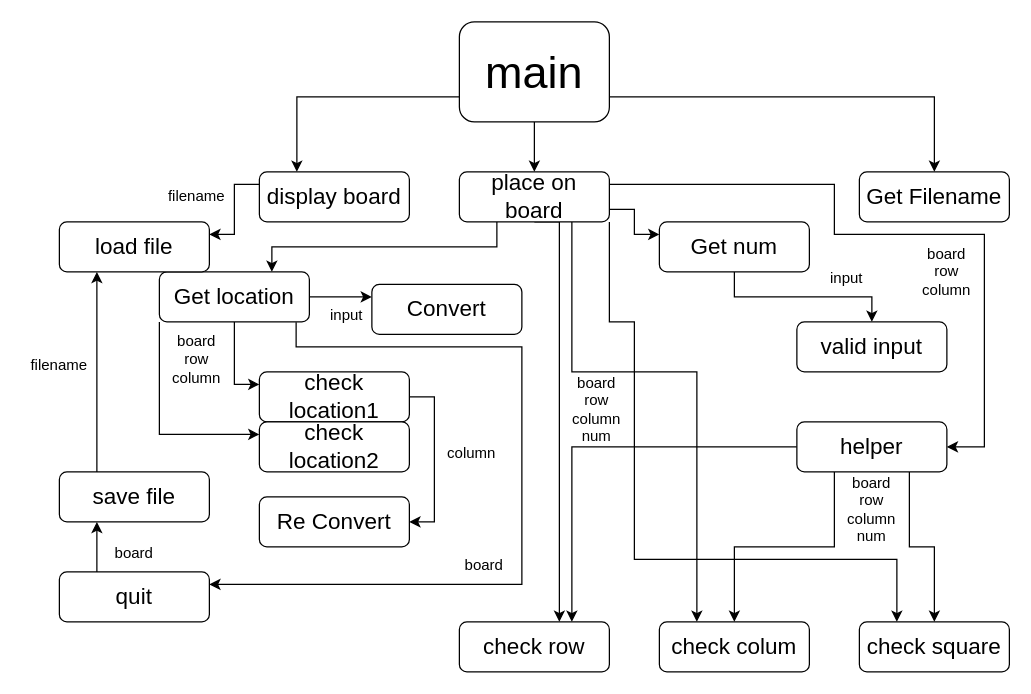
This is Labs/Lab04/lab04stc.drawio from ZorroSavage117/Moduarization-Design, a draw.io file, before an edit. Source tidied: cells renumbered, new cells numbered last; positions are measured from the earlier drawing's top-left corner, leaving out a move shared by most shapes. Both pictures are drawn from the tidied source at 125%, with x=0, y=0 at pixel (21, 21).
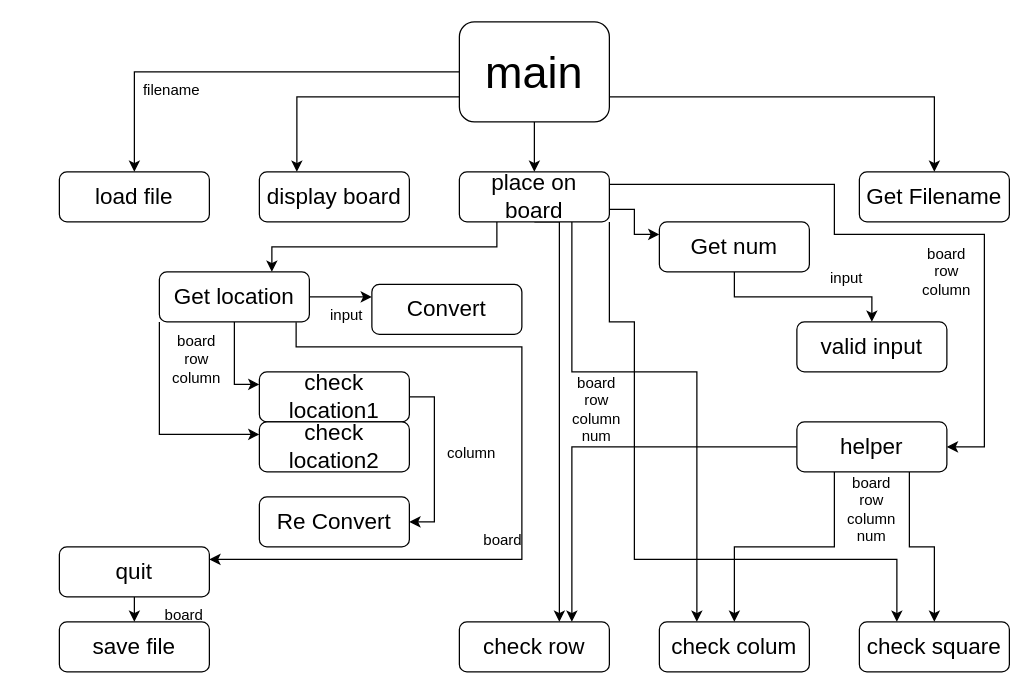
Above is the later version.

The change refers to these unchanged cells:
```xml
<mxCell id="5" value="&lt;font style=&quot;font-size: 36px;&quot;&gt;main&lt;/font&gt;" style="rounded=1;whiteSpace=wrap;html=1;" parent="1" vertex="1">
  <mxGeometry x="350" width="120" height="80" as="geometry" />
</mxCell>
<mxCell id="19" value="&lt;span style=&quot;font-size: 18px;&quot;&gt;display board&lt;/span&gt;" style="rounded=1;whiteSpace=wrap;html=1;" parent="1" vertex="1">
  <mxGeometry x="190" y="120" width="120" height="40" as="geometry" />
</mxCell>
```

Change to the diagram source:
```diff
@@
+    <mxCell id="52" style="edgeStyle=orthogonalEdgeStyle;rounded=0;jettySize=auto;html=1;exitX=0;exitY=0.5;exitDx=0;exitDy=0;" parent="1" edge="1" source="5" target="13">
+      <mxGeometry relative="1" as="geometry" />
+    </mxCell>
@@
     <mxCell id="13" value="&lt;font style=&quot;font-size: 18px;&quot;&gt;load file&lt;/font&gt;" style="rounded=1;whiteSpace=wrap;html=1;" parent="1" vertex="1">
-      <mxGeometry x="30" y="160" width="120" height="40" as="geometry" />
+      <mxGeometry x="30" y="120" width="120" height="40" as="geometry" />
     </mxCell>
-    <mxCell id="14" style="edgeStyle=orthogonalEdgeStyle;rounded=0;jettySize=auto;html=1;exitX=0.25;exitY=0;exitDx=0;exitDy=0;entryX=0.25;entryY=1;entryDx=0;entryDy=0;" parent="1" edge="1" source="15" target="13">
-      <mxGeometry relative="1" as="geometry" />
-    </mxCell>
     <mxCell id="15" value="&lt;span style=&quot;font-size: 18px;&quot;&gt;save file&lt;/span&gt;" style="rounded=1;whiteSpace=wrap;html=1;" parent="1" vertex="1">
-      <mxGeometry x="30" y="360" width="120" height="40" as="geometry" />
+      <mxGeometry x="30" y="480" width="120" height="40" as="geometry" />
     </mxCell>
-    <mxCell id="16" style="edgeStyle=orthogonalEdgeStyle;rounded=0;jettySize=auto;html=1;exitX=0.25;exitY=0;exitDx=0;exitDy=0;entryX=0.25;entryY=1;entryDx=0;entryDy=0;" parent="1" edge="1" source="17" target="15">
+    <mxCell id="16" style="edgeStyle=orthogonalEdgeStyle;rounded=0;jettySize=auto;html=1;exitX=0.5;exitY=1;exitDx=0;exitDy=0;entryX=0.5;entryY=0;entryDx=0;entryDy=0;" parent="1" edge="1" source="17" target="15">
       <mxGeometry relative="1" as="geometry" />
     </mxCell>
     <mxCell id="17" value="&lt;font style=&quot;font-size: 18px;&quot;&gt;quit&lt;/font&gt;" style="rounded=1;whiteSpace=wrap;html=1;" parent="1" vertex="1">
-      <mxGeometry x="30" y="440" width="120" height="40" as="geometry" />
+      <mxGeometry x="30" y="420" width="120" height="40" as="geometry" />
     </mxCell>
-    <mxCell id="18" style="edgeStyle=orthogonalEdgeStyle;rounded=0;jettySize=auto;html=1;exitX=0;exitY=0.25;exitDx=0;exitDy=0;entryX=1;entryY=0.25;entryDx=0;entryDy=0;" parent="1" edge="1" source="19" target="13">
-      <mxGeometry relative="1" as="geometry" />
-    </mxCell>
@@
     <mxCell id="29" style="edgeStyle=orthogonalEdgeStyle;rounded=0;jettySize=auto;html=1;exitX=0.828;exitY=1.008;exitDx=0;exitDy=0;entryX=1;entryY=0.25;entryDx=0;entryDy=0;exitPerimeter=0;" parent="1" edge="1" target="17">
       <mxGeometry relative="1" as="geometry">
         <mxPoint x="219.4" y="240.3" as="sourcePoint" />
         <Array as="points">
           <mxPoint x="219" y="260" />
           <mxPoint x="400" y="260" />
-          <mxPoint x="400" y="450" />
+          <mxPoint x="400" y="430" />
         </Array>
       </mxGeometry>
     </mxCell>
@@
     <mxCell id="39" value="filename" style="text;html=1;strokeColor=none;fillColor=none;align=center;verticalAlign=middle;whiteSpace=wrap;rounded=0;" parent="1" vertex="1">
-      <mxGeometry x="110" y="125" width="60" height="30" as="geometry" />
+      <mxGeometry x="90" y="40" width="60" height="30" as="geometry" />
     </mxCell>
-    <mxCell id="40" value="filename" style="text;html=1;strokeColor=none;fillColor=none;align=center;verticalAlign=middle;whiteSpace=wrap;rounded=0;" parent="1" vertex="1">
-      <mxGeometry y="260" width="60" height="30" as="geometry" />
-    </mxCell>
@@
     <mxCell id="42" value="board" style="text;html=1;strokeColor=none;fillColor=none;align=center;verticalAlign=middle;whiteSpace=wrap;rounded=0;rotation=0;" parent="1" vertex="1">
-      <mxGeometry x="60" y="410" width="60" height="30" as="geometry" />
+      <mxGeometry x="100" y="460" width="60" height="30" as="geometry" />
     </mxCell>
@@
     <mxCell id="49" value="board" style="text;html=1;strokeColor=none;fillColor=none;align=center;verticalAlign=middle;whiteSpace=wrap;rounded=0;rotation=0;" parent="1" vertex="1">
-      <mxGeometry x="340" y="420" width="60" height="30" as="geometry" />
+      <mxGeometry x="355" y="400" width="60" height="30" as="geometry" />
     </mxCell>
```
